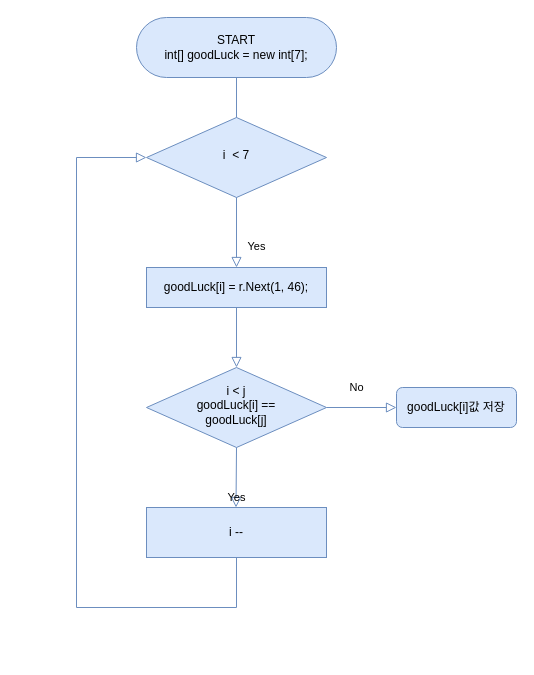
Before: 2 vsStudio_P/210408_cSharp_basic_chap5/sukje_lotto/PPT/lottoAlgori.drawio in jhy0409/jhy0409, a draw.io diagram. Source tidied: cells renumbered, new cells numbered last; positions are measured from the earlier drawing's top-left corner, leaving out a move shared by most shapes. Both pictures are drawn from the tidied source at 100%, with x=0, y=0 at pixel (76, 17).
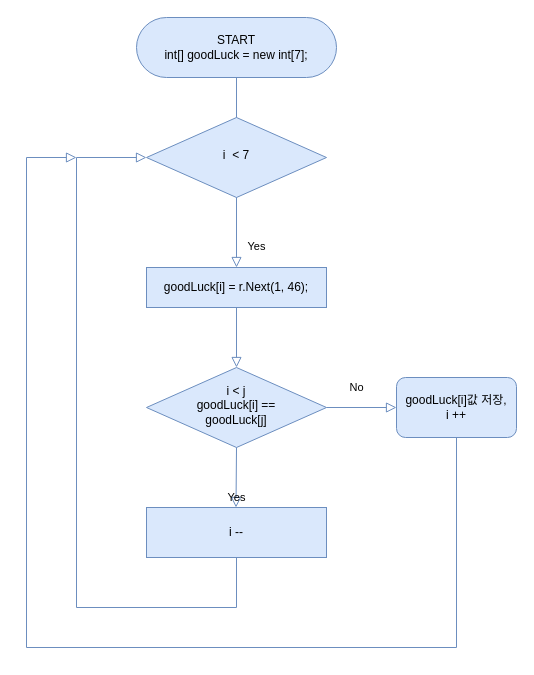
The same diagram, later.

Change to the diagram source:
```diff
@@
+    <mxCell id="13" style="edgeStyle=orthogonalEdgeStyle;rounded=0;jettySize=auto;html=1;shadow=0;strokeColor=#6c8ebf;strokeWidth=1;fillColor=#dae8fc;labelBackgroundColor=none;endFill=0;endArrow=block;endSize=8;" parent="1" edge="1" source="8">
+      <mxGeometry relative="1" as="geometry">
+        <mxPoint y="140" as="targetPoint" />
+        <Array as="points">
+          <mxPoint x="380" y="630" />
+          <mxPoint x="-50" y="630" />
+          <mxPoint x="-50" y="140" />
+        </Array>
+      </mxGeometry>
+    </mxCell>
-    <mxCell id="8" value="&lt;span&gt;goodLuck[i]값 저장&lt;/span&gt;" style="rounded=1;whiteSpace=wrap;html=1;fontSize=12;glass=0;strokeWidth=1;shadow=0;fillColor=#dae8fc;strokeColor=#6c8ebf;" parent="1" vertex="1">
-      <mxGeometry x="320" y="370" width="120" height="40" as="geometry" />
+    <mxCell id="8" value="&lt;span&gt;goodLuck[i]값 저장,&lt;br&gt;i ++&lt;br&gt;&lt;/span&gt;" style="rounded=1;whiteSpace=wrap;html=1;fontSize=12;glass=0;strokeWidth=1;shadow=0;fillColor=#dae8fc;strokeColor=#6c8ebf;" parent="1" vertex="1">
+      <mxGeometry x="320" y="360" width="120" height="60" as="geometry" />
     </mxCell>
```
